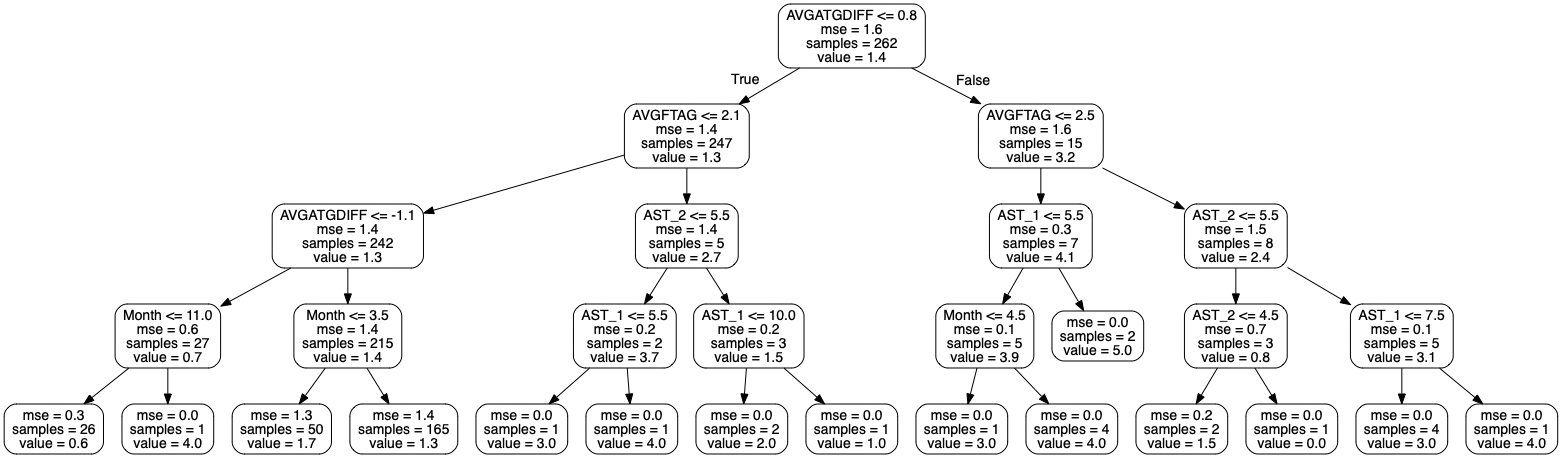
Earlier version of the Graphviz export small_tree_away.png (nichohelmut/bookie). Its source is kept beside it as small_tree_away.dot.
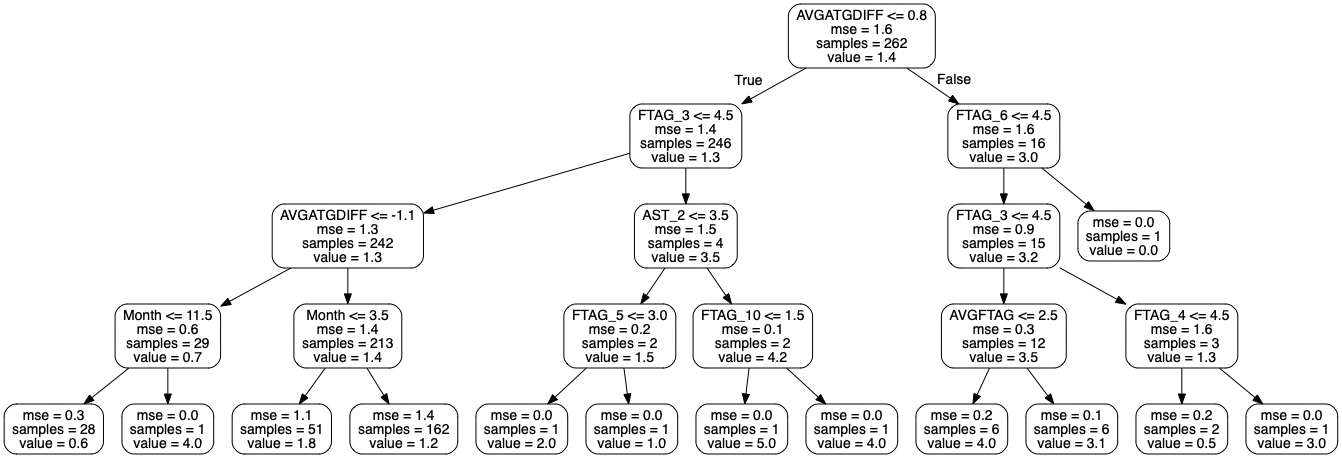
Later version of the same file.

Diff of the diagram source:
```diff
@@ -2,60 +2,52 @@
 node [shape=box, style="rounded", color="black", fontname=helvetica] ;
 edge [fontname=helvetica] ;
 0 [label="AVGATGDIFF <= 0.8\nmse = 1.6\nsamples = 262\nvalue = 1.4"] ;
-1 [label="AVGFTAG <= 2.1\nmse = 1.4\nsamples = 247\nvalue = 1.3"] ;
+1 [label="FTAG_3 <= 4.5\nmse = 1.4\nsamples = 246\nvalue = 1.3"] ;
 0 -> 1 [labeldistance=2.5, labelangle=45, headlabel="True"] ;
-2 [label="AVGATGDIFF <= -1.1\nmse = 1.4\nsamples = 242\nvalue = 1.3"] ;
+2 [label="AVGATGDIFF <= -1.1\nmse = 1.3\nsamples = 242\nvalue = 1.3"] ;
 1 -> 2 ;
-3 [label="Month <= 11.0\nmse = 0.6\nsamples = 27\nvalue = 0.7"] ;
+3 [label="Month <= 11.5\nmse = 0.6\nsamples = 29\nvalue = 0.7"] ;
 2 -> 3 ;
-4 [label="mse = 0.3\nsamples = 26\nvalue = 0.6"] ;
+4 [label="mse = 0.3\nsamples = 28\nvalue = 0.6"] ;
 3 -> 4 ;
 5 [label="mse = 0.0\nsamples = 1\nvalue = 4.0"] ;
 3 -> 5 ;
-6 [label="Month <= 3.5\nmse = 1.4\nsamples = 215\nvalue = 1.4"] ;
+6 [label="Month <= 3.5\nmse = 1.4\nsamples = 213\nvalue = 1.4"] ;
 2 -> 6 ;
-7 [label="mse = 1.3\nsamples = 50\nvalue = 1.7"] ;
+7 [label="mse = 1.1\nsamples = 51\nvalue = 1.8"] ;
 6 -> 7 ;
-8 [label="mse = 1.4\nsamples = 165\nvalue = 1.3"] ;
+8 [label="mse = 1.4\nsamples = 162\nvalue = 1.2"] ;
 6 -> 8 ;
-9 [label="AST_2 <= 5.5\nmse = 1.4\nsamples = 5\nvalue = 2.7"] ;
+9 [label="AST_2 <= 3.5\nmse = 1.5\nsamples = 4\nvalue = 3.5"] ;
 1 -> 9 ;
-10 [label="AST_1 <= 5.5\nmse = 0.2\nsamples = 2\nvalue = 3.7"] ;
+10 [label="FTAG_5 <= 3.0\nmse = 0.2\nsamples = 2\nvalue = 1.5"] ;
 9 -> 10 ;
-11 [label="mse = 0.0\nsamples = 1\nvalue = 3.0"] ;
+11 [label="mse = 0.0\nsamples = 1\nvalue = 2.0"] ;
 10 -> 11 ;
-12 [label="mse = 0.0\nsamples = 1\nvalue = 4.0"] ;
+12 [label="mse = 0.0\nsamples = 1\nvalue = 1.0"] ;
 10 -> 12 ;
-13 [label="AST_1 <= 10.0\nmse = 0.2\nsamples = 3\nvalue = 1.5"] ;
+13 [label="FTAG_10 <= 1.5\nmse = 0.1\nsamples = 2\nvalue = 4.2"] ;
 9 -> 13 ;
-14 [label="mse = 0.0\nsamples = 2\nvalue = 2.0"] ;
+14 [label="mse = 0.0\nsamples = 1\nvalue = 5.0"] ;
 13 -> 14 ;
-15 [label="mse = 0.0\nsamples = 1\nvalue = 1.0"] ;
+15 [label="mse = 0.0\nsamples = 1\nvalue = 4.0"] ;
 13 -> 15 ;
-16 [label="AVGFTAG <= 2.5\nmse = 1.6\nsamples = 15\nvalue = 3.2"] ;
+16 [label="FTAG_6 <= 4.5\nmse = 1.6\nsamples = 16\nvalue = 3.0"] ;
 0 -> 16 [labeldistance=2.5, labelangle=-45, headlabel="False"] ;
-17 [label="AST_1 <= 5.5\nmse = 0.3\nsamples = 7\nvalue = 4.1"] ;
+17 [label="FTAG_3 <= 4.5\nmse = 0.9\nsamples = 15\nvalue = 3.2"] ;
 16 -> 17 ;
-18 [label="Month <= 4.5\nmse = 0.1\nsamples = 5\nvalue = 3.9"] ;
+18 [label="AVGFTAG <= 2.5\nmse = 0.3\nsamples = 12\nvalue = 3.5"] ;
 17 -> 18 ;
-19 [label="mse = 0.0\nsamples = 1\nvalue = 3.0"] ;
+19 [label="mse = 0.2\nsamples = 6\nvalue = 4.0"] ;
 18 -> 19 ;
-20 [label="mse = 0.0\nsamples = 4\nvalue = 4.0"] ;
+20 [label="mse = 0.1\nsamples = 6\nvalue = 3.1"] ;
 18 -> 20 ;
-21 [label="mse = 0.0\nsamples = 2\nvalue = 5.0"] ;
+21 [label="FTAG_4 <= 4.5\nmse = 1.6\nsamples = 3\nvalue = 1.3"] ;
 17 -> 21 ;
-22 [label="AST_2 <= 5.5\nmse = 1.5\nsamples = 8\nvalue = 2.4"] ;
-16 -> 22 ;
-23 [label="AST_2 <= 4.5\nmse = 0.7\nsamples = 3\nvalue = 0.8"] ;
-22 -> 23 ;
-24 [label="mse = 0.2\nsamples = 2\nvalue = 1.5"] ;
-23 -> 24 ;
-25 [label="mse = 0.0\nsamples = 1\nvalue = 0.0"] ;
-23 -> 25 ;
-26 [label="AST_1 <= 7.5\nmse = 0.1\nsamples = 5\nvalue = 3.1"] ;
-22 -> 26 ;
-27 [label="mse = 0.0\nsamples = 4\nvalue = 3.0"] ;
-26 -> 27 ;
-28 [label="mse = 0.0\nsamples = 1\nvalue = 4.0"] ;
-26 -> 28 ;
+22 [label="mse = 0.2\nsamples = 2\nvalue = 0.5"] ;
+21 -> 22 ;
+23 [label="mse = 0.0\nsamples = 1\nvalue = 3.0"] ;
+21 -> 23 ;
+24 [label="mse = 0.0\nsamples = 1\nvalue = 0.0"] ;
+16 -> 24 ;
 }
```
